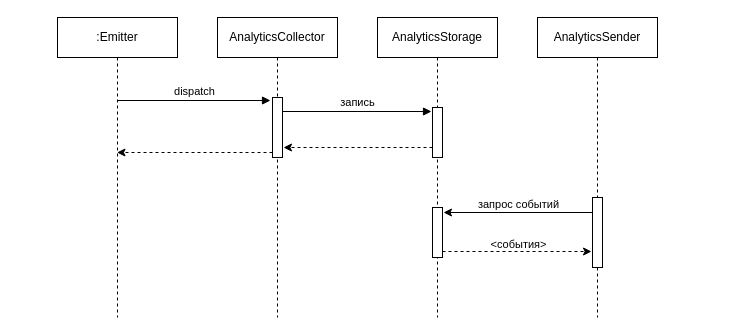
The draw.io diagram analytics-event-logger.drawio in ajile/draw-io, before the edit. Source tidied: cells renumbered, new cells numbered last; positions are measured from the earlier drawing's top-left corner, leaving out a move shared by most shapes. Both pictures are drawn from the tidied source at 100%, with x=0, y=0 at pixel (57, 17).
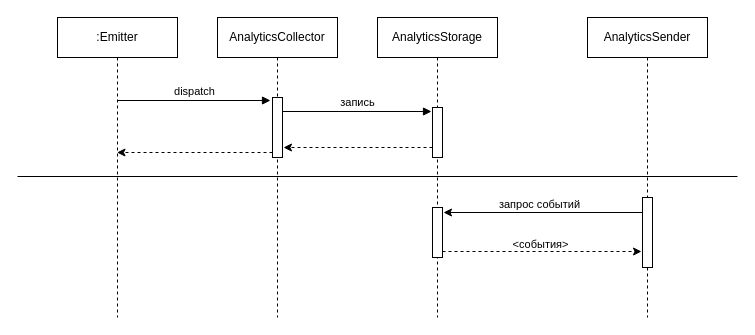
The same page after the edit.

What changed in the source:
```diff
@@
     <mxCell id="5" value="&lt;span&gt;AnalyticsSender&lt;/span&gt;" style="shape=umlLifeline;perimeter=lifelinePerimeter;whiteSpace=wrap;html=1;" parent="1" vertex="1">
-      <mxGeometry x="480" width="120" height="300" as="geometry" />
+      <mxGeometry x="530" width="120" height="300" as="geometry" />
     </mxCell>
@@
     <mxCell id="17" style="html=1;points=[];perimeter=orthogonalPerimeter;" parent="1" vertex="1">
-      <mxGeometry x="535" y="180" width="10" height="70" as="geometry" />
+      <mxGeometry x="585" y="180" width="10" height="70" as="geometry" />
     </mxCell>
+    <mxCell id="18" style="line;strokeWidth=1;fillColor=none;align=left;verticalAlign=middle;spacingTop=-1;spacingLeft=3;spacingRight=3;labelPosition=right;" parent="1" vertex="1">
+      <mxGeometry x="-40" y="155" width="720" height="8" as="geometry" />
+    </mxCell>
```
